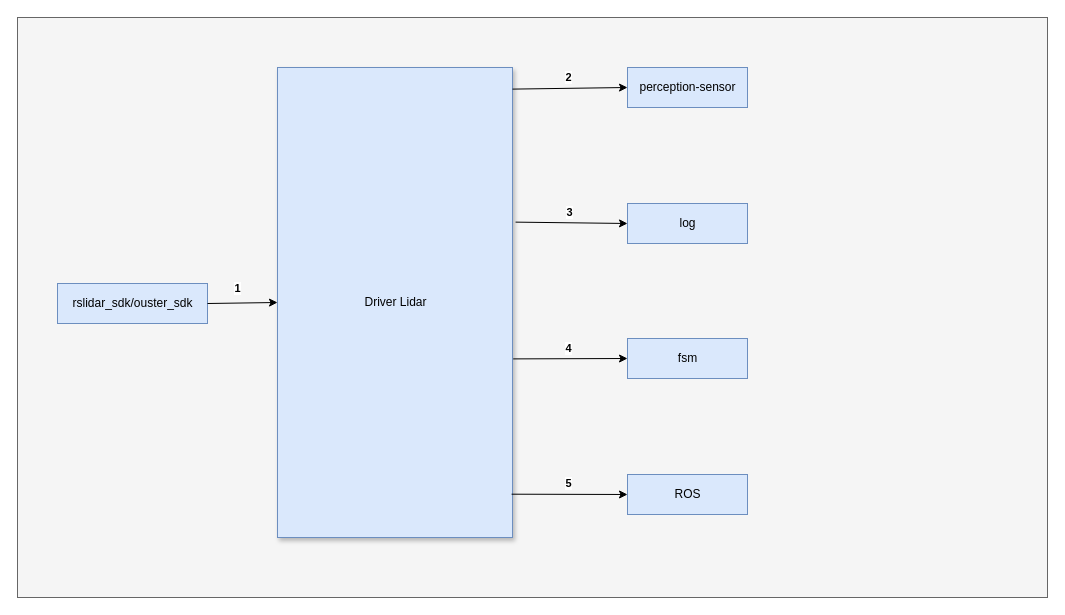
Before: lidar输入输出图中文版.drawio in xiaoleli/diagrams, a draw.io diagram. Source tidied: cells renumbered, new cells numbered last; positions are measured from the earlier drawing's top-left corner, leaving out a move shared by most shapes. Both pictures are drawn from the tidied source at 100%, with x=0, y=0 at pixel (17, 17).
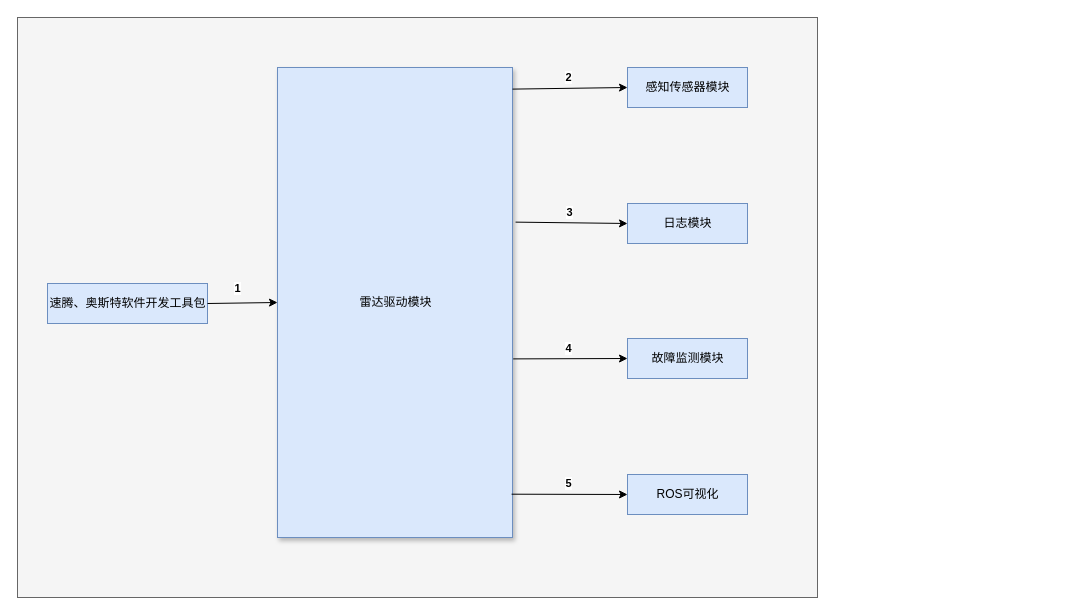
The same page after the edit.

Commit message:
更新lidar输入输出图中文版.drawio

What changed in the source:
```diff
@@
     <mxCell id="2" style="rounded=0;whiteSpace=wrap;html=1;fillColor=#f5f5f5;fontColor=#333333;strokeColor=#666666;" parent="1" vertex="1">
-      <mxGeometry width="1030" height="580" as="geometry" />
+      <mxGeometry width="800" height="580" as="geometry" />
     </mxCell>
-    <mxCell id="3" value="Driver Lidar" style="html=1;fillColor=#dae8fc;strokeColor=#6c8ebf;shadow=1;rounded=0;glass=0;sketch=0;" parent="1" vertex="1">
+    <mxCell id="3" value="雷达驱动模块" style="html=1;fillColor=#dae8fc;strokeColor=#6c8ebf;shadow=1;rounded=0;glass=0;sketch=0;" parent="1" vertex="1">
       <mxGeometry x="260" y="50" width="235" height="470" as="geometry" />
     </mxCell>
-    <mxCell id="4" value="rslidar_sdk/ouster_sdk" style="html=1;fillColor=#dae8fc;strokeColor=#6c8ebf;fontStyle=0;" parent="1" vertex="1">
-      <mxGeometry x="40" y="266" width="150" height="40" as="geometry" />
+    <mxCell id="4" value="速腾、奥斯特软件开发工具包" style="html=1;fillColor=#dae8fc;strokeColor=#6c8ebf;fontStyle=0;" parent="1" vertex="1">
+      <mxGeometry x="30" y="266" width="160" height="40" as="geometry" />
     </mxCell>
@@
-    <mxCell id="7" value="log" style="html=1;fillColor=#dae8fc;strokeColor=#6c8ebf;" parent="1" vertex="1">
+    <mxCell id="7" value="日志模块" style="html=1;fillColor=#dae8fc;strokeColor=#6c8ebf;" parent="1" vertex="1">
       <mxGeometry x="610" y="186" width="120" height="40" as="geometry" />
     </mxCell>
-    <mxCell id="8" value="fsm" style="html=1;fillColor=#dae8fc;strokeColor=#6c8ebf;" parent="1" vertex="1">
+    <mxCell id="8" value="故障监测模块" style="html=1;fillColor=#dae8fc;strokeColor=#6c8ebf;" parent="1" vertex="1">
       <mxGeometry x="610" y="321" width="120" height="40" as="geometry" />
     </mxCell>
-    <mxCell id="9" value="ROS" style="html=1;fillColor=#dae8fc;strokeColor=#6c8ebf;" parent="1" vertex="1">
+    <mxCell id="9" value="ROS可视化" style="html=1;fillColor=#dae8fc;strokeColor=#6c8ebf;" parent="1" vertex="1">
       <mxGeometry x="610" y="457" width="120" height="40" as="geometry" />
     </mxCell>
-    <mxCell id="10" value="perception-sensor" style="html=1;fillColor=#dae8fc;strokeColor=#6c8ebf;" parent="1" vertex="1">
+    <mxCell id="10" value="感知传感器模块" style="html=1;fillColor=#dae8fc;strokeColor=#6c8ebf;" parent="1" vertex="1">
       <mxGeometry x="610" y="50" width="120" height="40" as="geometry" />
     </mxCell>
```
